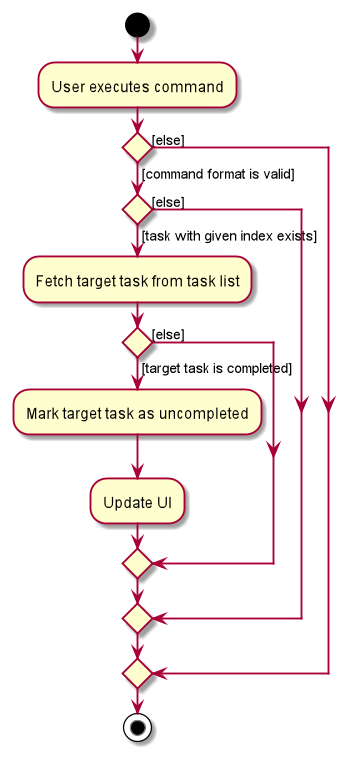
Before: docs/images/UndoneTaskCommandActivityDiagram.png, a diagram exported from PlantUML (nus-cs2103-AY2021S2/tp).
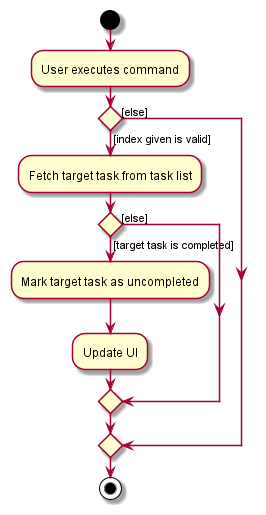
The same diagram one commit later.

Commit message:
Shrink size of class diagram of model, activtity diagram for undone_task

The edit, as a diff of the source:
```diff
@@ -2,16 +2,13 @@
 start
 :User executes command;
 
-if () then ([command format is valid])
-    if () then ([task with given index exists])
+if () then ([index given is valid])
     :Fetch target task from task list;
         if () then ([target task is completed])
             :Mark target task as uncompleted;
             :Update UI;
         else([else])
         endif
-    else ([else])
-    endif
 else ([else])
 endif
 stop
```
